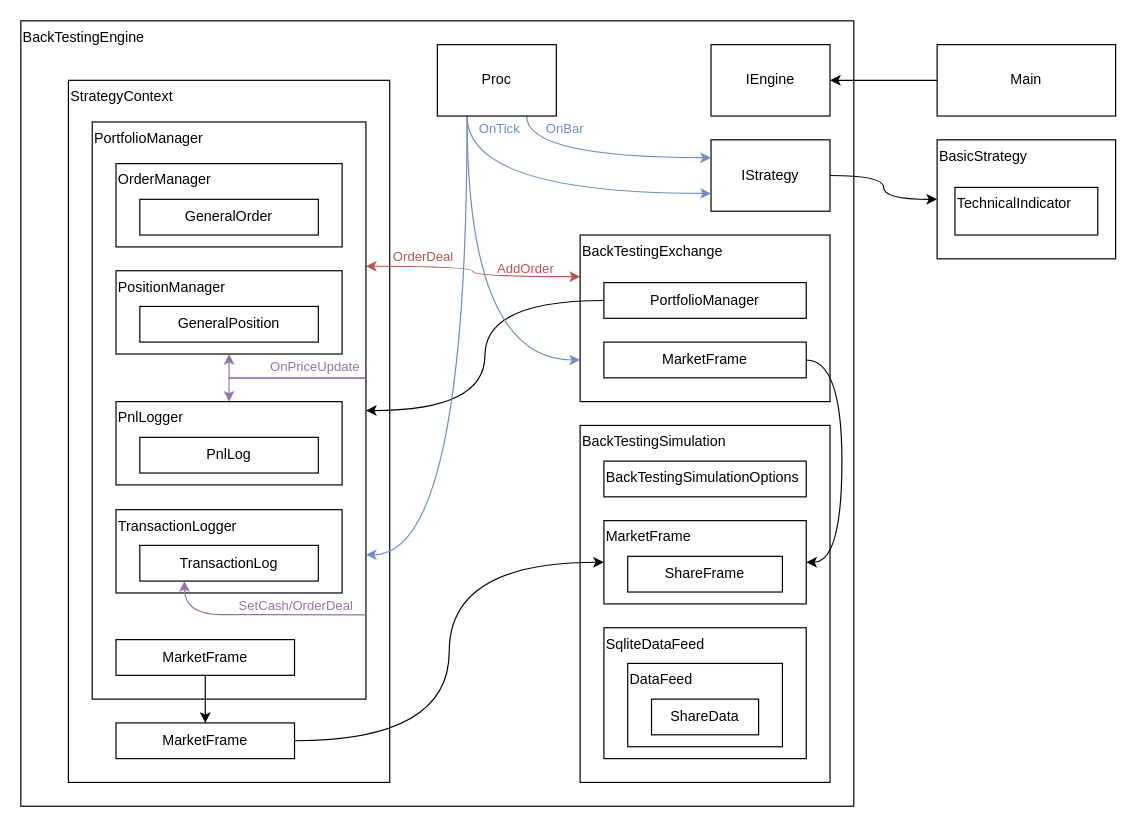
Above: CarrotBacktesting.Net/CarrotBacktesting.Net.Diagram.drawio in CRThu/CarrotQuant.Net (draw.io), before the change. Source tidied: cells renumbered, new cells numbered last; positions are measured from the earlier drawing's top-left corner, leaving out a move shared by most shapes. Both pictures are drawn from the tidied source at 119%, with x=0, y=0 at pixel (20, 20).
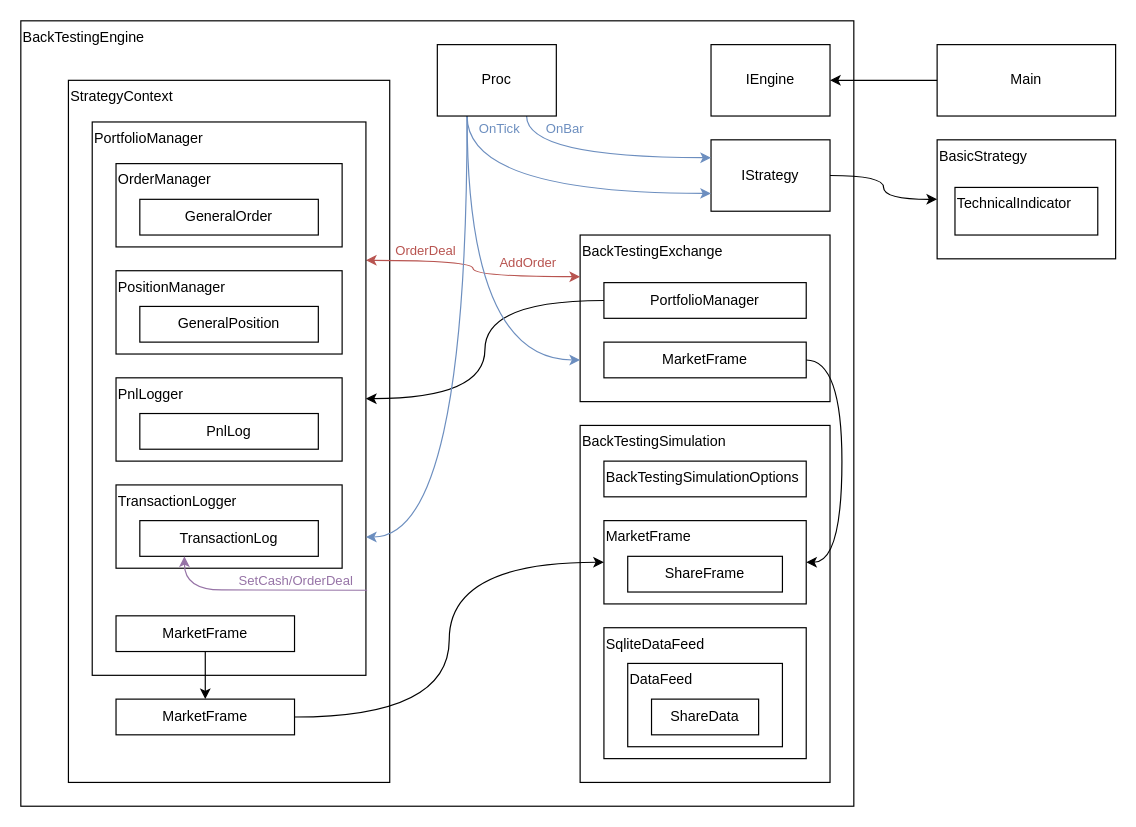
Above is the later version.

Commit message (it also covers changes not shown here):
更新回测框架框图

The change refers to these unchanged cells:
```xml
<mxCell id="19" value="PositionManager" style="rounded=0;whiteSpace=wrap;html=1;fillColor=none;align=left;verticalAlign=top;" parent="1" vertex="1">
  <mxGeometry x="80" y="210" width="190" height="70" as="geometry" />
</mxCell>
```

Change to the diagram source:
```diff
@@
     <mxCell id="13" value="PortfolioManager" style="rounded=0;whiteSpace=wrap;html=1;fillColor=none;align=left;verticalAlign=top;" parent="1" vertex="1">
-      <mxGeometry x="60" y="85" width="230" height="485" as="geometry" />
+      <mxGeometry x="60" y="85" width="230" height="465" as="geometry" />
     </mxCell>
@@
     <mxCell id="15" value="MarketFrame" style="rounded=0;whiteSpace=wrap;html=1;fillColor=none;align=center;verticalAlign=middle;" parent="1" vertex="1">
-      <mxGeometry x="80" y="590" width="150" height="30" as="geometry" />
+      <mxGeometry x="80" y="570" width="150" height="30" as="geometry" />
     </mxCell>
@@
     <mxCell id="17" value="MarketFrame" style="rounded=0;whiteSpace=wrap;html=1;fillColor=none;align=center;verticalAlign=middle;" parent="1" vertex="1">
-      <mxGeometry x="80" y="520" width="150" height="30" as="geometry" />
+      <mxGeometry x="80" y="500" width="150" height="30" as="geometry" />
     </mxCell>
@@
     <mxCell id="20" value="TransactionLogger" style="rounded=0;whiteSpace=wrap;html=1;fillColor=none;align=left;verticalAlign=top;" parent="1" vertex="1">
-      <mxGeometry x="80" y="410.8" width="190" height="70" as="geometry" />
+      <mxGeometry x="80" y="390" width="190" height="70" as="geometry" />
     </mxCell>
@@
     <mxCell id="23" value="TransactionLog" style="rounded=0;whiteSpace=wrap;html=1;fillColor=none;align=center;verticalAlign=middle;" parent="1" vertex="1">
-      <mxGeometry x="100" y="440.8" width="150" height="30" as="geometry" />
+      <mxGeometry x="100" y="420" width="150" height="30" as="geometry" />
     </mxCell>
@@
     <mxCell id="38" style="edgeStyle=orthogonalEdgeStyle;curved=1;rounded=0;jettySize=auto;html=1;entryX=0.25;entryY=1;entryDx=0;entryDy=0;fontColor=#CCCC00;elbow=vertical;fillColor=#e1d5e7;strokeColor=#9673A6;" parent="1" edge="1" target="23">
       <mxGeometry relative="1" as="geometry">
-        <mxPoint x="291" y="499.2" as="sourcePoint" />
+        <mxPoint x="291" y="478.5" as="sourcePoint" />
         <Array as="points">
-          <mxPoint x="200" y="499.8" />
-          <mxPoint x="138" y="498.8" />
+          <mxPoint x="200" y="479" />
+          <mxPoint x="138" y="478" />
         </Array>
       </mxGeometry>
     </mxCell>
@@
     <mxCell id="46" value="PnlLogger" style="rounded=0;whiteSpace=wrap;html=1;fillColor=none;align=left;verticalAlign=top;" parent="1" vertex="1">
-      <mxGeometry x="80" y="320" width="190" height="70" as="geometry" />
+      <mxGeometry x="80" y="300" width="190" height="70" as="geometry" />
     </mxCell>
     <mxCell id="47" value="PnlLog" style="rounded=0;whiteSpace=wrap;html=1;fillColor=none;align=center;verticalAlign=middle;" parent="1" vertex="1">
-      <mxGeometry x="100" y="350" width="150" height="30" as="geometry" />
+      <mxGeometry x="100" y="330" width="150" height="30" as="geometry" />
     </mxCell>
-    <mxCell id="48" style="rounded=0;jettySize=auto;html=1;entryX=0.5;entryY=1;entryDx=0;entryDy=0;fontColor=#CCCC00;elbow=vertical;fillColor=#e1d5e7;strokeColor=#9673A6;edgeStyle=orthogonalEdgeStyle;" parent="1" edge="1" target="19">
-      <mxGeometry relative="1" as="geometry">
-        <mxPoint x="290" y="300" as="sourcePoint" />
-        <Array as="points">
-          <mxPoint x="290" y="300" />
-          <mxPoint x="175" y="300" />
-        </Array>
-      </mxGeometry>
-    </mxCell>
-    <mxCell id="49" value="OnPriceUpdate" style="edgeLabel;html=1;align=center;verticalAlign=middle;fontColor=#9673A6;labelBackgroundColor=none;" parent="48" vertex="1">
-      <mxGeometry x="0.27" y="-9" relative="1" as="geometry">
-        <mxPoint x="42" y="-1" as="offset" />
-      </mxGeometry>
-    </mxCell>
-    <mxCell id="50" style="rounded=0;jettySize=auto;html=1;entryX=0.5;entryY=0;entryDx=0;entryDy=0;fontColor=#CCCC00;elbow=vertical;fillColor=#e1d5e7;strokeColor=#9673A6;exitX=0.999;exitY=0.444;exitDx=0;exitDy=0;exitPerimeter=0;edgeStyle=orthogonalEdgeStyle;" parent="1" edge="1" source="13" target="46">
-      <mxGeometry relative="1" as="geometry">
-        <Array as="points">
-          <mxPoint x="175" y="300" />
-        </Array>
-      </mxGeometry>
-    </mxCell>
```
